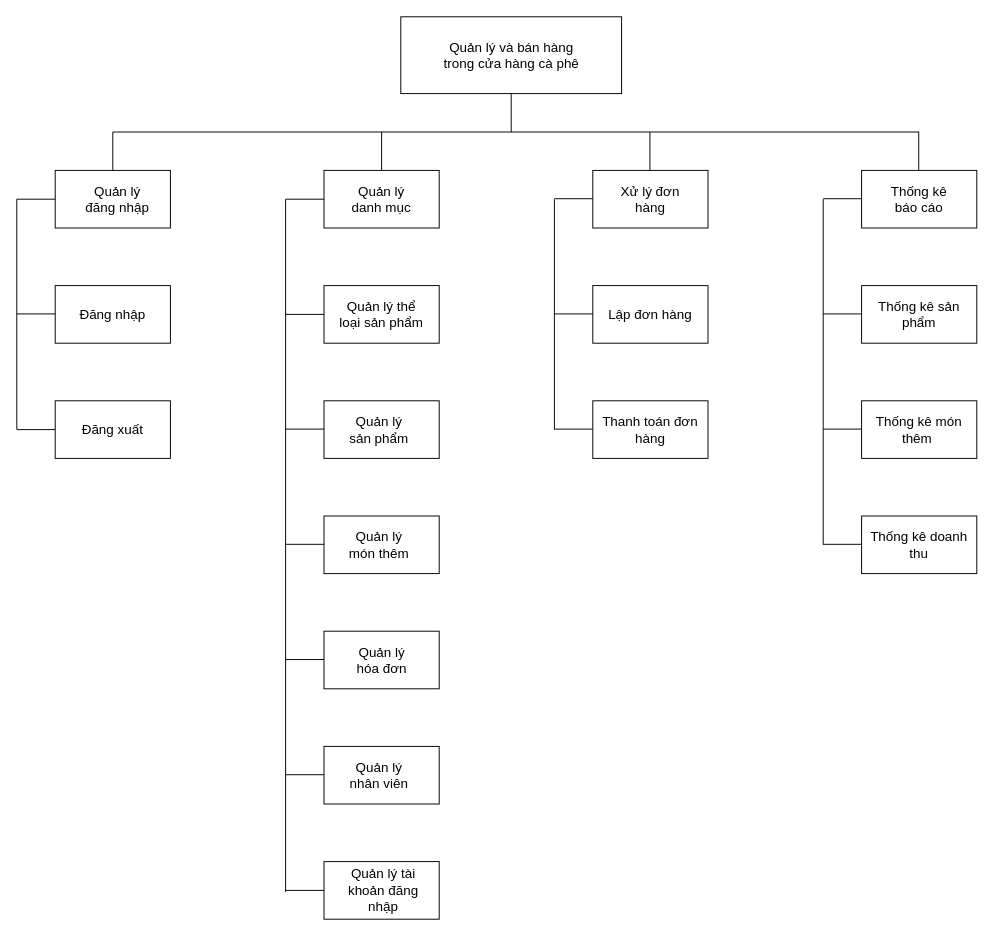
The draw.io diagram BFD&DFD/BFD&DFD mức 0, 1, 2, 3/BFD_Version_Final.drawio in hungtadasuke/CoffeShop_SoftwareTechnology, before the edit. Source tidied: cells renumbered, new cells numbered last; positions are measured from the earlier drawing's top-left corner, leaving out a move shared by most shapes. Both pictures are drawn from the tidied source at 96%, with x=0, y=0 at pixel (16, 16).
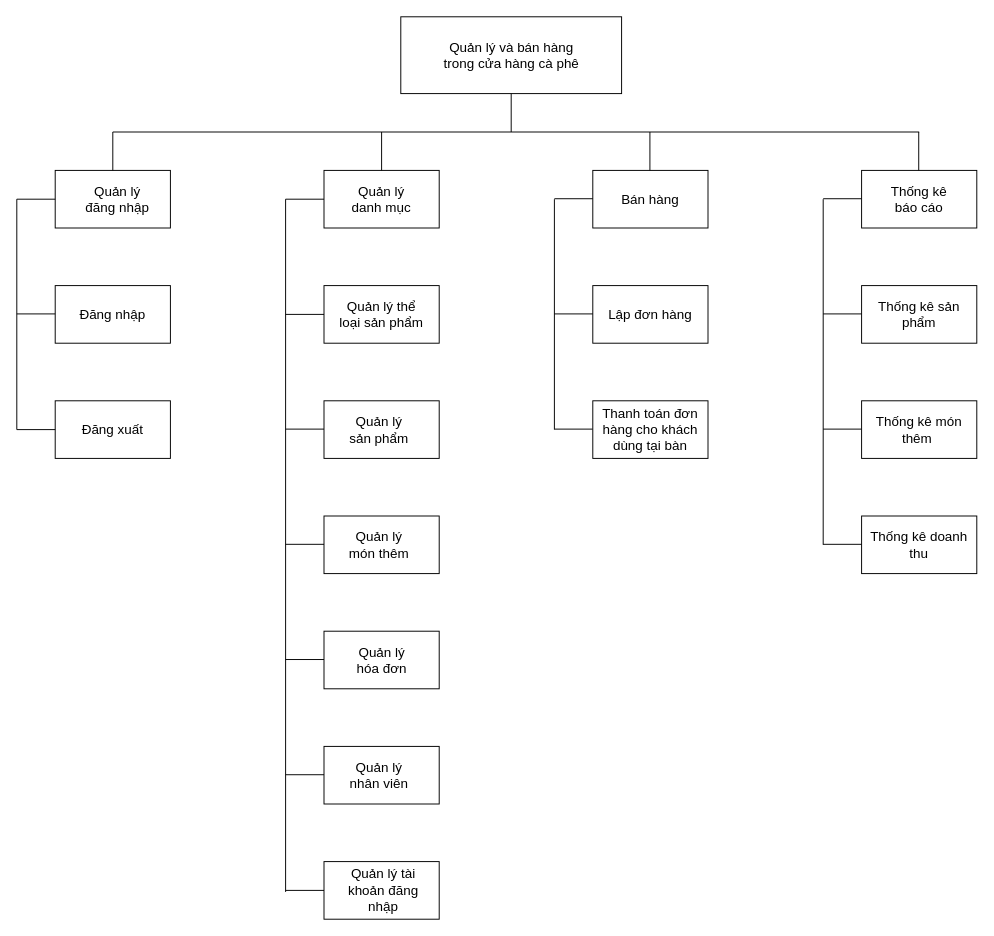
Above is the later version.

What changed in the source:
```diff
@@
-    <mxCell id="15" value="Xử lý đơn hàng" style="text;html=1;strokeColor=none;fillColor=none;align=center;verticalAlign=middle;whiteSpace=wrap;rounded=0;fontSize=14;" parent="1" vertex="1">
+    <mxCell id="15" value="Bán hàng" style="text;html=1;strokeColor=none;fillColor=none;align=center;verticalAlign=middle;whiteSpace=wrap;rounded=0;fontSize=14;" parent="1" vertex="1">
       <mxGeometry x="620" y="175" width="80" height="30" as="geometry" />
     </mxCell>
@@
-    <mxCell id="58" value="Thanh toán đơn hàng" style="rounded=0;whiteSpace=wrap;html=1;fontSize=14;" parent="1" vertex="1">
+    <mxCell id="58" value="Thanh toán đơn hàng cho khách dùng tại bàn" style="rounded=0;whiteSpace=wrap;html=1;fontSize=14;" parent="1" vertex="1">
       <mxGeometry x="600" y="400" width="120" height="60" as="geometry" />
     </mxCell>
```
